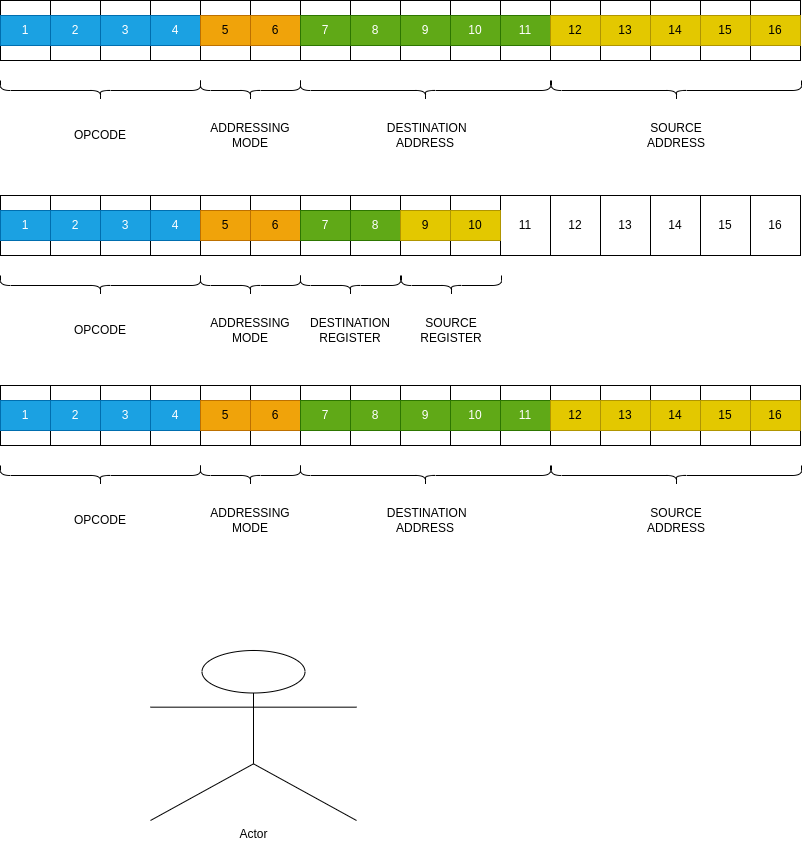
The draw.io diagram Diagrams/Instruction_Format.drawio.png in AbiPrescott/Sharp-R8, before a commit. Source tidied: cells renumbered, new cells last; positions are measured from the earlier drawing's top-left corner, leaving out a move shared by most shapes.
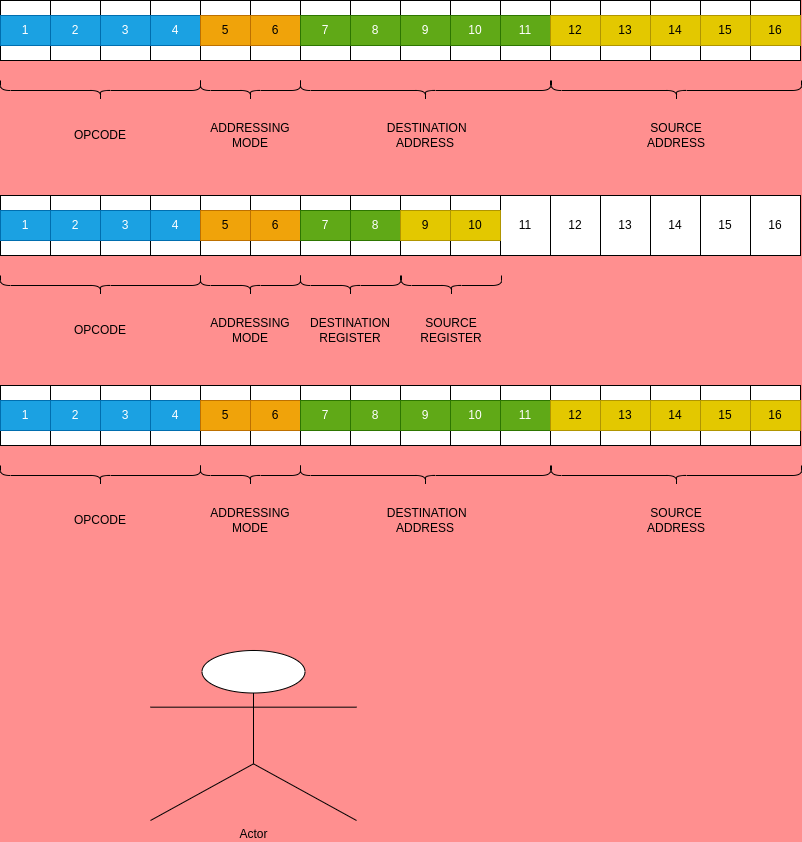
After the change.

What changed in the source:
```diff
@@ -1,4 +1,4 @@
-<mxGraphModel background="#FFFFFF">
+<mxGraphModel background="#FF8F8F">
   <root>
     <mxCell id="0" />
     <mxCell id="1" parent="0" />
```
